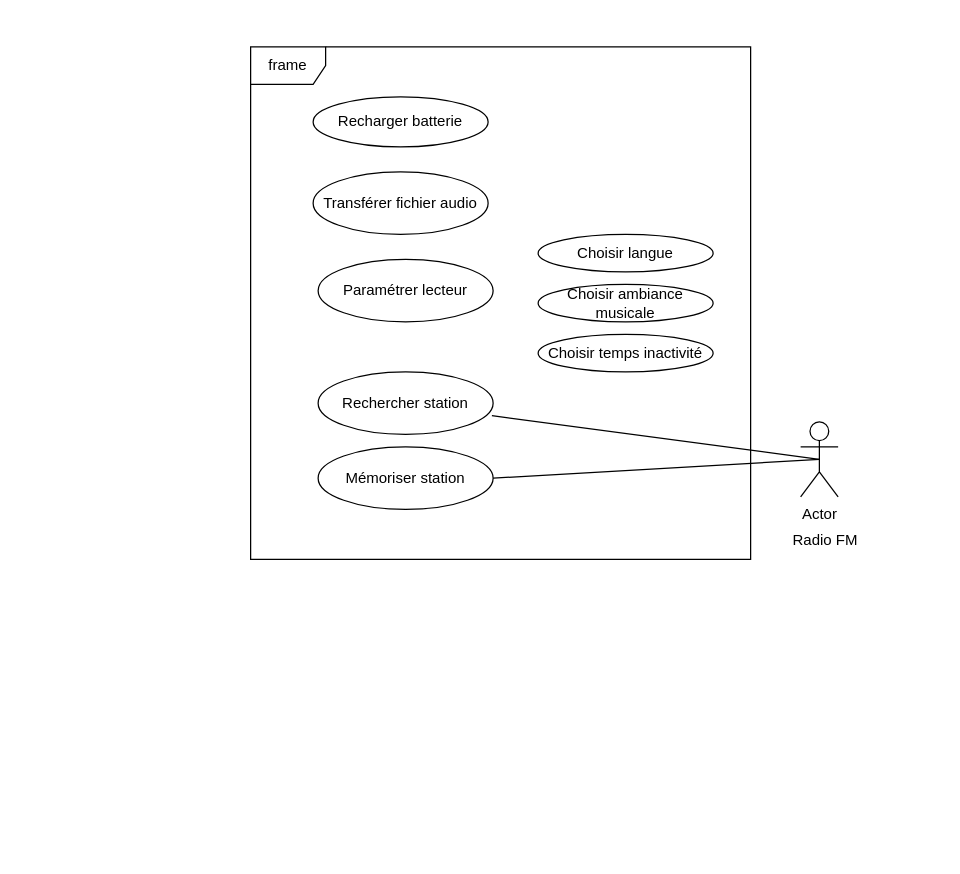
The draw.io diagram lecteur_mp3.drawio in ewan-delanoy/uml_diagram, before the edit. Source tidied: cells renumbered, new cells numbered last; positions are measured from the earlier drawing's top-left corner, leaving out a move shared by most shapes. Both pictures are drawn from the tidied source at 125%, with x=0, y=0 at pixel (250, 46).
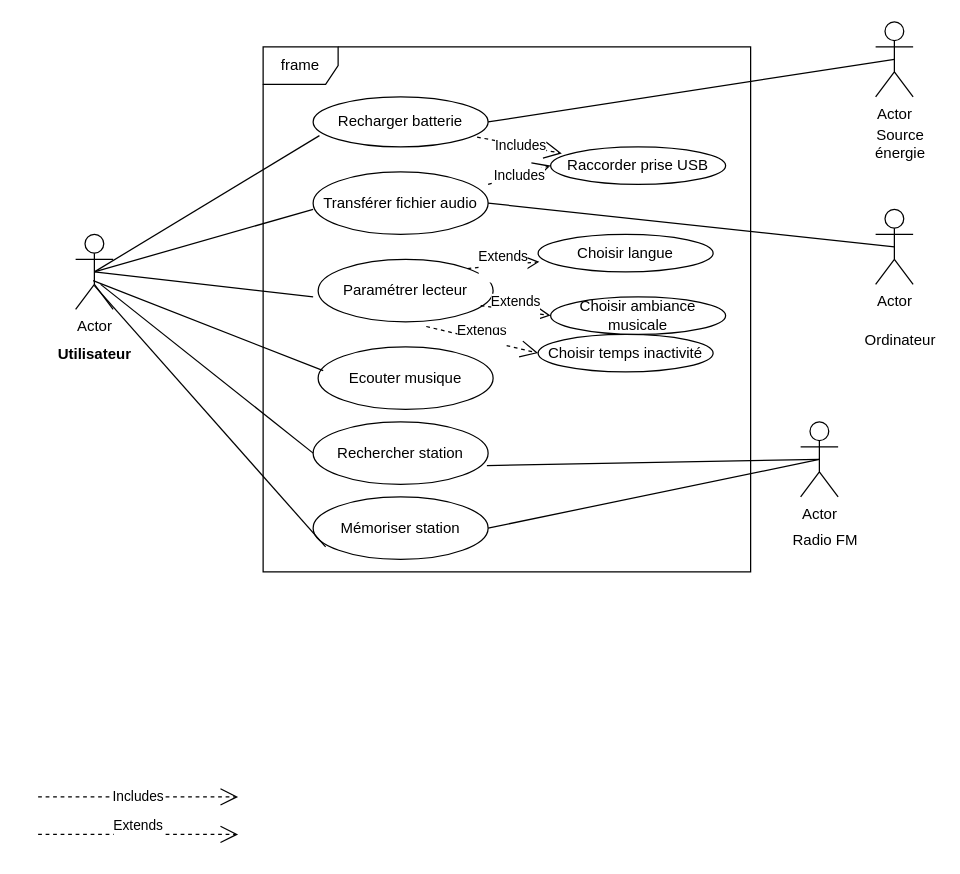
The same diagram, later.

Commit message (it also covers changes not shown here):
Mettre à jour lecteur_mp3.drawio

The change refers to these unchanged cells:
```xml
<mxCell id="2" value="Recharger batterie" style="ellipse;whiteSpace=wrap;html=1;" parent="1" vertex="1">
  <mxGeometry x="50" y="40" width="140" height="40" as="geometry" />
</mxCell>
<mxCell id="3" value="Transférer fichier audio" style="ellipse;whiteSpace=wrap;html=1;" parent="1" vertex="1">
  <mxGeometry x="50" y="100" width="140" height="50" as="geometry" />
</mxCell>
<mxCell id="4" value="Paramétrer lecteur" style="ellipse;whiteSpace=wrap;html=1;" parent="1" vertex="1">
  <mxGeometry x="54" y="170" width="140" height="50" as="geometry" />
</mxCell>
<mxCell id="5" value="Choisir langue" style="ellipse;whiteSpace=wrap;html=1;" parent="1" vertex="1">
  <mxGeometry x="230" y="150" width="140" height="30" as="geometry" />
</mxCell>
<mxCell id="7" value="Choisir temps inactivité" style="ellipse;whiteSpace=wrap;html=1;" parent="1" vertex="1">
  <mxGeometry x="230" y="230" width="140" height="30" as="geometry" />
</mxCell>
```

Change to the diagram source:
```diff
@@
-    <mxCell id="6" value="Choisir ambiance musicale" style="ellipse;whiteSpace=wrap;html=1;" parent="1" vertex="1">
-      <mxGeometry x="230" y="190" width="140" height="30" as="geometry" />
+    <mxCell id="6" value="Raccorder prise USB" style="ellipse;whiteSpace=wrap;html=1;" parent="1" vertex="1">
+      <mxGeometry x="240" y="80" width="140" height="30" as="geometry" />
     </mxCell>
@@
     <mxCell id="8" value="&lt;div&gt;Rechercher station&lt;/div&gt;" style="ellipse;whiteSpace=wrap;html=1;" parent="1" vertex="1">
-      <mxGeometry x="54" y="260" width="140" height="50" as="geometry" />
+      <mxGeometry x="50" y="300" width="140" height="50" as="geometry" />
     </mxCell>
     <mxCell id="9" value="&lt;div&gt;Mémoriser station&lt;/div&gt;" style="ellipse;whiteSpace=wrap;html=1;" parent="1" vertex="1">
-      <mxGeometry x="54" y="320" width="140" height="50" as="geometry" />
+      <mxGeometry x="50" y="360" width="140" height="50" as="geometry" />
     </mxCell>
@@
-    <mxCell id="11" value="frame" style="shape=umlFrame;whiteSpace=wrap;html=1;" parent="1" vertex="1">
-      <mxGeometry width="400" height="410" as="geometry" />
-    </mxCell>
@@
+    <mxCell id="11" value="frame" style="shape=umlFrame;whiteSpace=wrap;html=1;" parent="1" vertex="1">
+      <mxGeometry x="10" width="390" height="420" as="geometry" />
+    </mxCell>
+    <mxCell id="15" value="Actor" style="shape=umlActor;verticalLabelPosition=bottom;verticalAlign=top;html=1;" parent="1" vertex="1">
+      <mxGeometry x="500" y="130" width="30" height="60" as="geometry" />
+    </mxCell>
+    <mxCell id="16" value="Ordinateur" style="text;html=1;strokeColor=none;fillColor=none;align=center;verticalAlign=middle;whiteSpace=wrap;rounded=0;" parent="1" vertex="1">
+      <mxGeometry x="490" y="220" width="60" height="30" as="geometry" />
+    </mxCell>
+    <mxCell id="17" style="endArrow=none;html=1;rounded=0;entryX=0.5;entryY=0.5;entryDx=0;entryDy=0;entryPerimeter=0;exitX=1;exitY=0.5;exitDx=0;exitDy=0;" parent="1" edge="1" source="3" target="15">
+      <mxGeometry relative="1" as="geometry" />
+    </mxCell>
+    <mxCell id="18" value="Actor" style="shape=umlActor;verticalLabelPosition=bottom;verticalAlign=top;html=1;outlineConnect=0;" parent="1" vertex="1">
+      <mxGeometry x="500" y="-20" width="30" height="60" as="geometry" />
+    </mxCell>
+    <mxCell id="19" value="&lt;div&gt;Source énergie&lt;/div&gt;&lt;div&gt;&lt;br&gt;&lt;/div&gt;" style="text;html=1;strokeColor=none;fillColor=none;align=center;verticalAlign=middle;whiteSpace=wrap;rounded=0;" parent="1" vertex="1">
+      <mxGeometry x="490" y="70" width="60" height="30" as="geometry" />
+    </mxCell>
+    <mxCell id="20" style="endArrow=none;html=1;rounded=0;entryX=0.5;entryY=0.5;entryDx=0;entryDy=0;entryPerimeter=0;exitX=1;exitY=0.5;exitDx=0;exitDy=0;" parent="1" edge="1" source="2" target="18">
+      <mxGeometry relative="1" as="geometry" />
+    </mxCell>
+    <mxCell id="21" value="Choisir ambiance musicale" style="ellipse;whiteSpace=wrap;html=1;" parent="1" vertex="1">
+      <mxGeometry x="240" y="200" width="140" height="30" as="geometry" />
+    </mxCell>
+    <mxCell id="22" value="&lt;div&gt;Includes&lt;/div&gt;" style="endArrow=open;endSize=12;dashed=1;html=1;rounded=0;" parent="1" edge="1">
+      <mxGeometry relative="1" as="geometry">
+        <mxPoint x="-170" y="600" as="sourcePoint" />
+        <mxPoint x="-10" y="600" as="targetPoint" />
+      </mxGeometry>
+    </mxCell>
+    <mxCell id="23" value="&lt;div&gt;Includes&lt;/div&gt;" style="endArrow=open;endSize=12;dashed=1;html=1;rounded=0;entryX=0;entryY=0.5;entryDx=0;entryDy=0;" parent="1" edge="1" target="6">
+      <mxGeometry relative="1" as="geometry">
+        <mxPoint x="190" y="110" as="sourcePoint" />
+      </mxGeometry>
+    </mxCell>
+    <mxCell id="24" value="&lt;div&gt;Includes&lt;/div&gt;" style="endArrow=open;endSize=12;dashed=1;html=1;rounded=0;entryX=0.064;entryY=0.174;entryDx=0;entryDy=0;entryPerimeter=0;exitX=0.937;exitY=0.804;exitDx=0;exitDy=0;exitPerimeter=0;" parent="1" edge="1" source="2" target="6">
+      <mxGeometry relative="1" as="geometry" />
+    </mxCell>
+    <mxCell id="25" value="&lt;div&gt;Extends&lt;/div&gt;&lt;div&gt;&lt;br&gt;&lt;/div&gt;" style="endArrow=open;endSize=12;dashed=1;html=1;rounded=0;" parent="1" edge="1">
+      <mxGeometry relative="1" as="geometry">
+        <mxPoint x="-170" y="630" as="sourcePoint" />
+        <mxPoint x="-10" y="630" as="targetPoint" />
+      </mxGeometry>
+    </mxCell>
+    <mxCell id="26" value="&lt;div&gt;Extends&lt;/div&gt;&lt;div&gt;&lt;br&gt;&lt;/div&gt;" style="endArrow=open;endSize=12;dashed=1;html=1;rounded=0;entryX=0;entryY=0.5;entryDx=0;entryDy=0;exitX=0.618;exitY=1.074;exitDx=0;exitDy=0;exitPerimeter=0;" parent="1" edge="1" source="4" target="7">
+      <mxGeometry relative="1" as="geometry" />
+    </mxCell>
+    <mxCell id="27" value="&lt;div&gt;Extends&lt;/div&gt;&lt;div&gt;&lt;br&gt;&lt;/div&gt;" style="endArrow=open;endSize=12;dashed=1;html=1;rounded=0;entryX=0;entryY=0.5;entryDx=0;entryDy=0;exitX=0.929;exitY=0.74;exitDx=0;exitDy=0;exitPerimeter=0;" parent="1" edge="1" source="4" target="21">
+      <mxGeometry relative="1" as="geometry" />
+    </mxCell>
+    <mxCell id="28" value="&lt;div&gt;Extends&lt;/div&gt;&lt;div&gt;&lt;br&gt;&lt;/div&gt;" style="endArrow=open;endSize=12;dashed=1;html=1;rounded=0;entryX=0.007;entryY=0.733;entryDx=0;entryDy=0;entryPerimeter=0;exitX=1;exitY=0;exitDx=0;exitDy=0;" parent="1" edge="1" source="4" target="5">
+      <mxGeometry relative="1" as="geometry" />
+    </mxCell>
+    <mxCell id="29" value="Ecouter musique" style="ellipse;whiteSpace=wrap;html=1;" parent="1" vertex="1">
+      <mxGeometry x="54" y="240" width="140" height="50" as="geometry" />
+    </mxCell>
+    <mxCell id="30" value="Actor" style="shape=umlActor;verticalLabelPosition=bottom;verticalAlign=top;html=1;" parent="1" vertex="1">
+      <mxGeometry x="-140" y="150" width="30" height="60" as="geometry" />
+    </mxCell>
+    <mxCell id="31" value="&lt;div&gt;Utilisateur&lt;/div&gt;&lt;div&gt;&lt;br&gt;&lt;/div&gt;" style="text;align=center;fontStyle=1;verticalAlign=middle;spacingLeft=3;spacingRight=3;strokeColor=none;html=1;" parent="1" vertex="1">
+      <mxGeometry x="-165" y="240" width="80" height="26" as="geometry" />
+    </mxCell>
+    <mxCell id="32" style="endArrow=none;html=1;rounded=0;entryX=0.036;entryY=0.775;entryDx=0;entryDy=0;entryPerimeter=0;exitX=0.5;exitY=0.5;exitDx=0;exitDy=0;exitPerimeter=0;" parent="1" edge="1" source="30" target="2">
+      <mxGeometry relative="1" as="geometry" />
+    </mxCell>
+    <mxCell id="33" style="endArrow=none;html=1;rounded=0;exitX=0.5;exitY=0.5;exitDx=0;exitDy=0;exitPerimeter=0;" parent="1" edge="1" source="30">
+      <mxGeometry relative="1" as="geometry">
+        <mxPoint x="50" y="130" as="targetPoint" />
+      </mxGeometry>
+    </mxCell>
+    <mxCell id="34" style="endArrow=none;html=1;rounded=0;exitX=0.5;exitY=0.5;exitDx=0;exitDy=0;exitPerimeter=0;" parent="1" edge="1" source="30">
+      <mxGeometry relative="1" as="geometry">
+        <mxPoint x="50" y="200" as="targetPoint" />
+      </mxGeometry>
+    </mxCell>
+    <mxCell id="35" style="endArrow=none;html=1;rounded=0;entryX=0.029;entryY=0.38;entryDx=0;entryDy=0;entryPerimeter=0;exitX=0.467;exitY=0.617;exitDx=0;exitDy=0;exitPerimeter=0;" parent="1" edge="1" source="30" target="29">
+      <mxGeometry relative="1" as="geometry" />
+    </mxCell>
+    <mxCell id="36" style="endArrow=none;html=1;rounded=0;exitX=0.5;exitY=0.683;exitDx=0;exitDy=0;exitPerimeter=0;" parent="1" edge="1" source="30">
+      <mxGeometry relative="1" as="geometry">
+        <mxPoint x="60" y="400" as="targetPoint" />
+      </mxGeometry>
+    </mxCell>
+    <mxCell id="37" style="endArrow=none;html=1;rounded=0;entryX=0;entryY=0.5;entryDx=0;entryDy=0;" parent="1" edge="1" target="8">
+      <mxGeometry relative="1" as="geometry">
+        <mxPoint x="-120" y="190" as="sourcePoint" />
+      </mxGeometry>
+    </mxCell>
```
